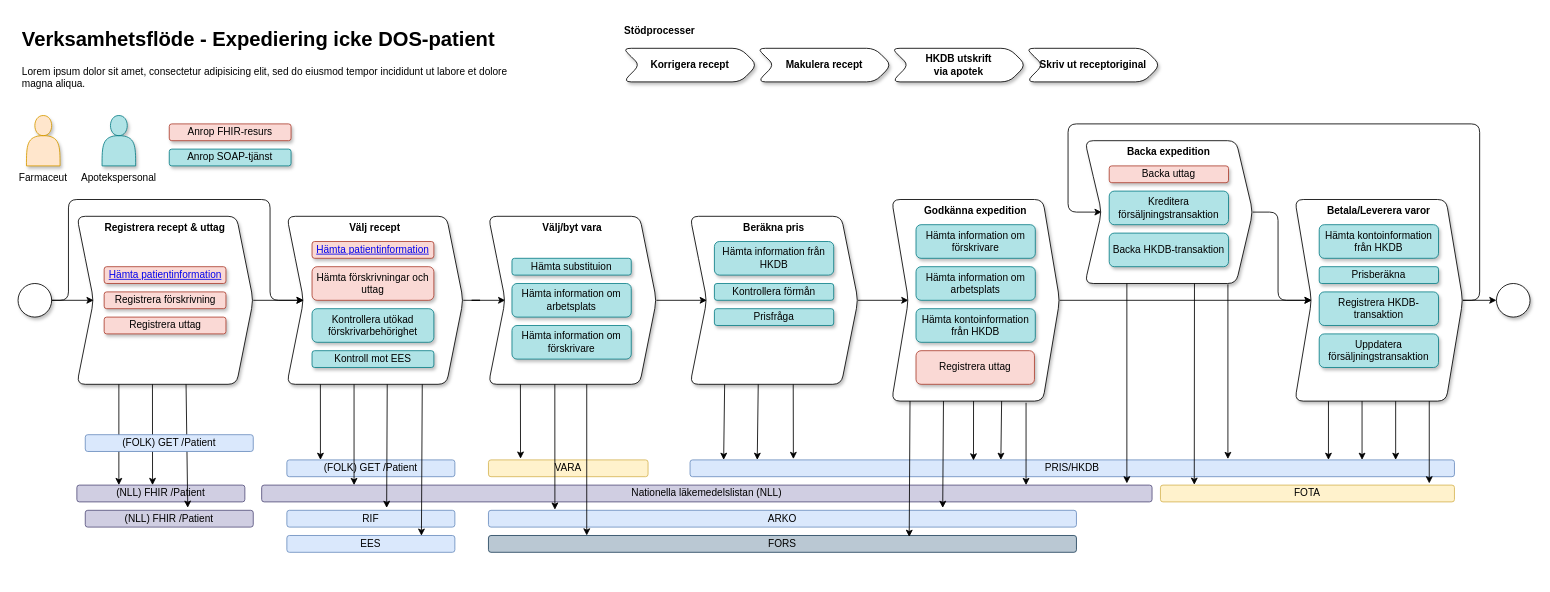
martin-solberg/verk2 keeps this draw.io diagram as ExpIckeDOS.drawio. Above is the earlier version. Source tidied: cells renumbered, new cells numbered last; positions are measured from the earlier drawing's top-left corner, leaving out a move shared by most shapes. Both pictures are drawn from the tidied source at 84%, with x=0, y=0 at pixel (18, 23).
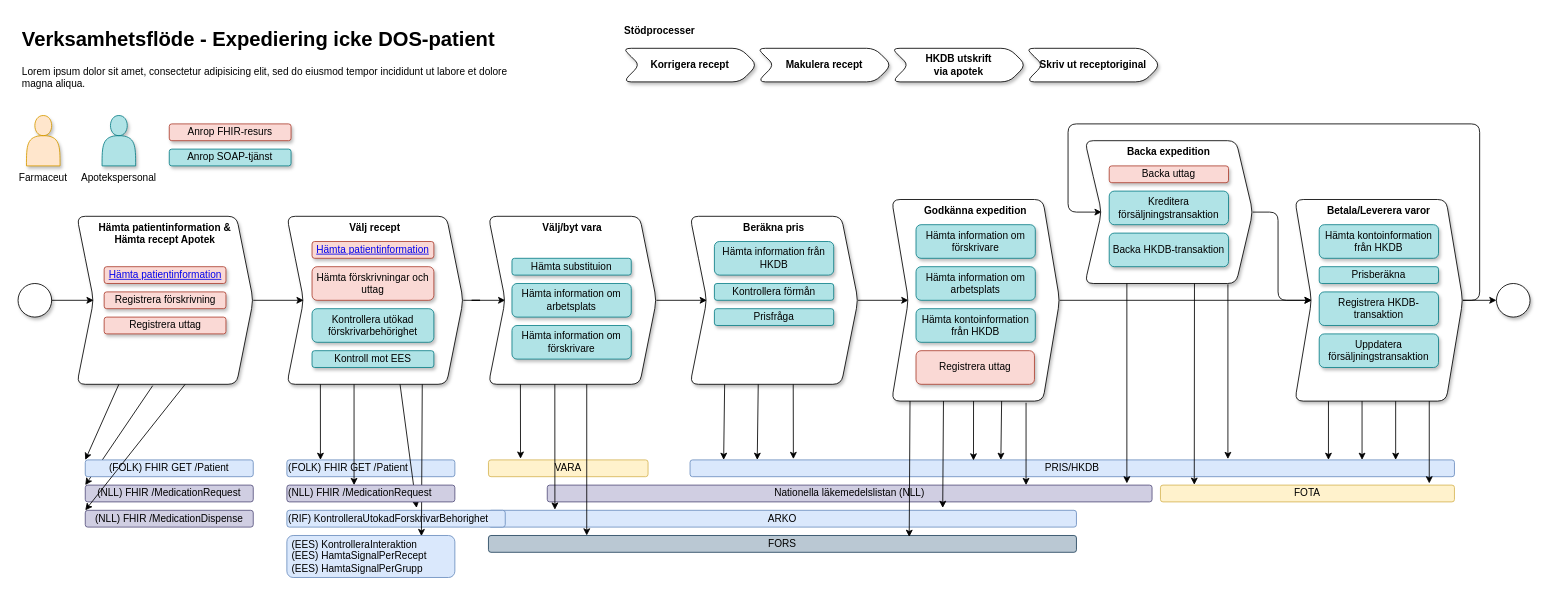
After the change.

Unchanged cells that the change refers to:
```xml
<mxCell id="29" value="Välj recept" style="shape=step;perimeter=stepPerimeter;whiteSpace=wrap;html=1;fixedSize=1;rounded=1;shadow=1;fontStyle=1;horizontal=1;verticalAlign=top;" parent="1" vertex="1">
  <mxGeometry x="320" y="230" width="210" height="200" as="geometry" />
</mxCell>
<mxCell id="81" style="ellipse;whiteSpace=wrap;html=1;rounded=1;shadow=1;fontSize=12;" parent="1" vertex="1">
  <mxGeometry y="310" width="40" height="40" as="geometry" />
</mxCell>
```

What changed in the source:
```diff
@@
     <mxCell id="7" value="Nationella läkemedelslistan (NLL)" style="whiteSpace=wrap;html=1;fillColor=#d0cee2;strokeColor=#56517e;rounded=1;" parent="1" vertex="1">
-      <mxGeometry x="290" y="550" width="1060" height="20" as="geometry" />
+      <mxGeometry x="630" y="550" width="720" height="20" as="geometry" />
     </mxCell>
@@
-    <mxCell id="9" value="RIF" style="whiteSpace=wrap;html=1;fillColor=#dae8fc;strokeColor=#6c8ebf;rounded=1;" parent="1" vertex="1">
-      <mxGeometry x="320" y="580" width="200" height="20" as="geometry" />
+    <mxCell id="9" value="(RIF) KontrolleraUtokadForskrivarBehorighet" style="whiteSpace=wrap;html=1;fillColor=#dae8fc;strokeColor=#6c8ebf;rounded=1;align=left;" parent="1" vertex="1">
+      <mxGeometry x="320" y="580" width="260" height="20" as="geometry" />
     </mxCell>
@@
-    <mxCell id="11" value="(FOLK) GET /Patient" style="whiteSpace=wrap;html=1;fillColor=#dae8fc;strokeColor=#6c8ebf;rounded=1;" parent="1" vertex="1">
+    <mxCell id="11" value="(FOLK) FHIR GET /Patient" style="whiteSpace=wrap;html=1;fillColor=#dae8fc;strokeColor=#6c8ebf;rounded=1;align=left;" parent="1" vertex="1">
       <mxGeometry x="320" y="520" width="200" height="20" as="geometry" />
     </mxCell>
@@
-    <mxCell id="34" value="EES" style="whiteSpace=wrap;html=1;fillColor=#dae8fc;strokeColor=#6c8ebf;rounded=1;" parent="1" vertex="1">
-      <mxGeometry x="320" y="610" width="200" height="20" as="geometry" />
+    <mxCell id="34" value="&lt;div align=&quot;left&quot;&gt;(EES) KontrolleraInteraktion&lt;/div&gt;&lt;div align=&quot;left&quot;&gt;(EES) HamtaSignalPerRecept&lt;/div&gt;&lt;div align=&quot;left&quot;&gt;(EES) HamtaSignalPerGrupp&lt;/div&gt;" style="whiteSpace=wrap;html=1;fillColor=#dae8fc;strokeColor=#6c8ebf;rounded=1;align=left;spacingRight=0;spacingLeft=4;" parent="1" vertex="1">
+      <mxGeometry x="320" y="610" width="200" height="50" as="geometry" />
     </mxCell>
@@
-    <mxCell id="77" value="Registrera recept &amp;amp; uttag" style="shape=step;perimeter=stepPerimeter;whiteSpace=wrap;html=1;fixedSize=1;rounded=1;shadow=1;fontStyle=1;horizontal=1;verticalAlign=top;" parent="1" vertex="1">
+    <mxCell id="77" value="&lt;div&gt;Hämta patientinformation &amp;amp; &lt;br&gt;&lt;/div&gt;&lt;div&gt;Hämta recept Apotek&lt;/div&gt;" style="shape=step;perimeter=stepPerimeter;whiteSpace=wrap;html=1;fixedSize=1;rounded=1;shadow=1;fontStyle=1;horizontal=1;verticalAlign=top;" parent="1" vertex="1">
       <mxGeometry x="70" y="230" width="210" height="200" as="geometry" />
     </mxCell>
@@
-    <mxCell id="80" style="edgeStyle=orthogonalEdgeStyle;rounded=1;sketch=0;jettySize=auto;html=1;exitX=1;exitY=0.5;exitDx=0;exitDy=0;endArrow=classic;endFill=1;strokeColor=#000000;fontSize=12;align=center;" parent="1" edge="1" source="81" target="29">
-      <mxGeometry relative="1" as="geometry">
-        <Array as="points">
-          <mxPoint x="60" y="330" />
-          <mxPoint x="60" y="210" />
-          <mxPoint x="300" y="210" />
-          <mxPoint x="300" y="330" />
-        </Array>
-      </mxGeometry>
-    </mxCell>
@@
-    <mxCell id="85" style="endArrow=classic;html=1;exitX=0.19;exitY=1;exitDx=0;exitDy=0;horizontal=0;labelPosition=right;verticalLabelPosition=middle;align=left;verticalAlign=middle;exitPerimeter=0;entryX=0.25;entryY=0;entryDx=0;entryDy=0;" parent="1" edge="1" target="88">
+    <mxCell id="85" style="endArrow=classic;html=1;exitX=0.19;exitY=1;exitDx=0;exitDy=0;horizontal=0;labelPosition=right;verticalLabelPosition=middle;align=left;verticalAlign=middle;exitPerimeter=0;entryX=0;entryY=0;entryDx=0;entryDy=0;" parent="1" edge="1" target="91">
       <mxGeometry x="0.94" relative="1" as="geometry">
         <mxPoint x="120" y="430" as="sourcePoint" />
       </mxGeometry>
     </mxCell>
-    <mxCell id="86" style="endArrow=classic;html=1;horizontal=0;labelPosition=right;verticalLabelPosition=middle;align=left;verticalAlign=middle;" parent="1" edge="1">
-      <mxGeometry x="0.94" relative="1" as="geometry">
-        <mxPoint x="160" y="430" as="sourcePoint" />
-        <mxPoint x="160.1" y="550" as="targetPoint" />
-      </mxGeometry>
+    <mxCell id="86" style="endArrow=classic;html=1;horizontal=0;labelPosition=right;verticalLabelPosition=middle;align=left;verticalAlign=middle;entryX=0;entryY=0;entryDx=0;entryDy=0;exitX=0.43;exitY=1.008;exitDx=0;exitDy=0;exitPerimeter=0;" parent="1" edge="1" source="77" target="88">
+      <mxGeometry x="0.94" relative="1" as="geometry" />
     </mxCell>
@@
+    <mxCell id="89" value="(NLL) FHIR /MedicationDispense" style="whiteSpace=wrap;html=1;fillColor=#d0cee2;strokeColor=#56517e;rounded=1;" parent="1" vertex="1">
+      <mxGeometry x="80" y="580" width="200" height="20" as="geometry" />
+    </mxCell>
+    <mxCell id="91" value="(FOLK) FHIR GET /Patient" style="whiteSpace=wrap;html=1;fillColor=#dae8fc;strokeColor=#6c8ebf;rounded=1;" parent="1" vertex="1">
+      <mxGeometry x="80" y="520" width="200" height="20" as="geometry" />
+    </mxCell>
-    <mxCell id="88" value="(NLL) FHIR /Patient" style="whiteSpace=wrap;html=1;fillColor=#d0cee2;strokeColor=#56517e;rounded=1;" parent="1" vertex="1">
-      <mxGeometry x="70" y="550" width="200" height="20" as="geometry" />
+    <mxCell id="88" value="(NLL) FHIR /MedicationRequest" style="whiteSpace=wrap;html=1;fillColor=#d0cee2;strokeColor=#56517e;rounded=1;" parent="1" vertex="1">
+      <mxGeometry x="80" y="550" width="200" height="20" as="geometry" />
     </mxCell>
-    <mxCell id="89" value="(NLL) FHIR /Patient" style="whiteSpace=wrap;html=1;fillColor=#d0cee2;strokeColor=#56517e;rounded=1;" parent="1" vertex="1">
-      <mxGeometry x="80" y="580" width="200" height="20" as="geometry" />
-    </mxCell>
-    <mxCell id="90" style="endArrow=classic;html=1;horizontal=0;labelPosition=right;verticalLabelPosition=middle;align=left;verticalAlign=middle;entryX=0.61;entryY=-0.15;entryDx=0;entryDy=0;entryPerimeter=0;" parent="1" edge="1" target="89">
-      <mxGeometry x="0.94" relative="1" as="geometry">
-        <mxPoint x="200" y="430" as="sourcePoint" />
-      </mxGeometry>
-    </mxCell>
-    <mxCell id="91" value="(FOLK) GET /Patient" style="whiteSpace=wrap;html=1;fillColor=#dae8fc;strokeColor=#6c8ebf;rounded=1;" parent="1" vertex="1">
-      <mxGeometry x="80" y="490" width="200" height="20" as="geometry" />
-    </mxCell>
+    <mxCell id="92" style="endArrow=classic;html=1;horizontal=0;labelPosition=right;verticalLabelPosition=middle;align=left;verticalAlign=middle;entryX=0;entryY=0;entryDx=0;entryDy=0;exitX=0.614;exitY=1;exitDx=0;exitDy=0;exitPerimeter=0;" parent="1" edge="1" source="77" target="89">
+      <mxGeometry x="0.94" relative="1" as="geometry" />
+    </mxCell>
+    <mxCell id="93" value="(NLL) FHIR /MedicationRequest" style="whiteSpace=wrap;html=1;fillColor=#d0cee2;strokeColor=#56517e;rounded=1;align=left;" parent="1" vertex="1">
+      <mxGeometry x="320" y="550" width="200" height="20" as="geometry" />
+    </mxCell>
```
